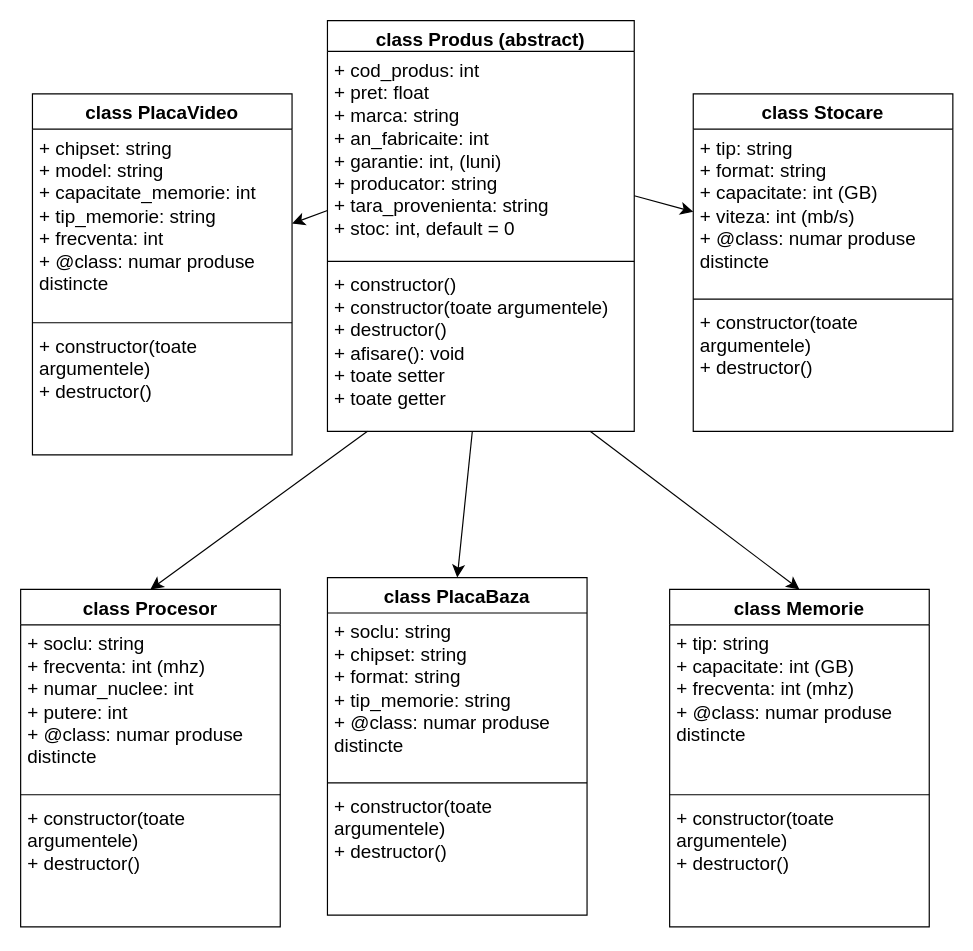
Before: diagrame/clase.drawio in and-eu/Proiect_POO, a draw.io diagram. Source tidied: cells renumbered, new cells numbered last; positions are measured from the earlier drawing's top-left corner, leaving out a move shared by most shapes. Both pictures are drawn from the tidied source at 118%, with x=0, y=0 at pixel (20, 20).
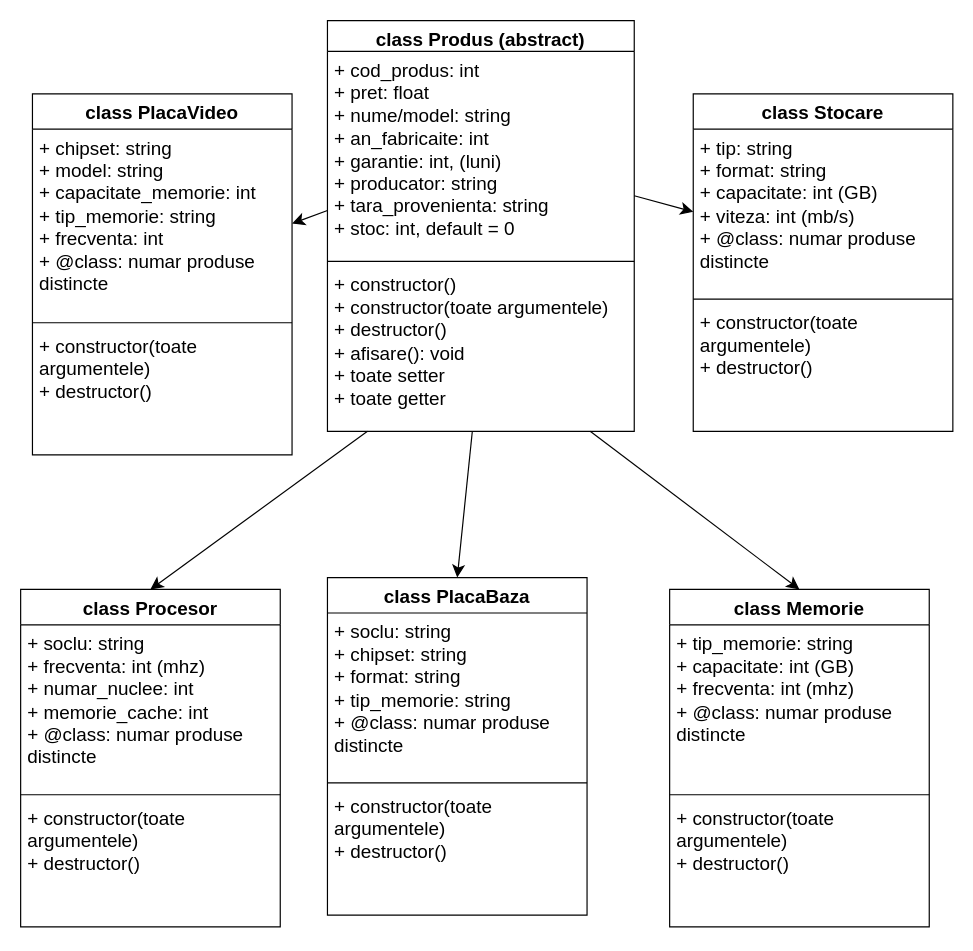
After the change.

Commit message:
modificare UML clase

The change refers to these unchanged cells:
```xml
<mxCell id="2" value="class Produs (abstract)" style="swimlane;fontStyle=1;align=center;verticalAlign=top;horizontal=1;startSize=26;whiteSpace=wrap;html=1;fontSize=16;" parent="1" vertex="1">
  <mxGeometry x="260" width="260" height="348" as="geometry" />
</mxCell>
<mxCell id="6" value="class Procesor" style="swimlane;fontStyle=1;align=center;verticalAlign=top;horizontal=1;startSize=30;whiteSpace=wrap;html=1;fontSize=16;" parent="1" vertex="1">
  <mxGeometry y="482" width="220" height="286" as="geometry" />
</mxCell>
<mxCell id="14" value="class Memorie" style="swimlane;fontStyle=1;align=center;verticalAlign=top;horizontal=1;startSize=30;whiteSpace=wrap;html=1;fontSize=16;" parent="1" vertex="1">
  <mxGeometry x="550" y="482" width="220" height="286" as="geometry" />
</mxCell>
```

What changed in the source:
```diff
@@
-    <mxCell id="3" value="+ cod_produs: int&lt;br&gt;+&amp;nbsp;pret: float&lt;br&gt;+ marca: string&lt;br&gt;+&amp;nbsp;an_fabricaite: int&lt;br&gt;+ garantie: int, (luni)&lt;br&gt;+ producator: string&lt;br&gt;+ tara_provenienta: string&lt;br&gt;+ stoc: int, default = 0" style="text;strokeColor=none;fillColor=none;align=left;verticalAlign=top;spacingLeft=4;spacingRight=4;overflow=hidden;points=[[0,0.5],[1,0.5]];portConstraint=eastwest;whiteSpace=wrap;html=1;fontSize=16;" parent="2" vertex="1">
+    <mxCell id="3" value="+ cod_produs: int&lt;br&gt;+&amp;nbsp;pret: float&lt;br&gt;+ nume/model: string&lt;br&gt;+&amp;nbsp;an_fabricaite: int&lt;br&gt;+ garantie: int, (luni)&lt;br&gt;+ producator: string&lt;br&gt;+ tara_provenienta: string&lt;br&gt;+ stoc: int, default = 0" style="text;strokeColor=none;fillColor=none;align=left;verticalAlign=top;spacingLeft=4;spacingRight=4;overflow=hidden;points=[[0,0.5],[1,0.5]];portConstraint=eastwest;whiteSpace=wrap;html=1;fontSize=16;" parent="2" vertex="1">
       <mxGeometry y="26" width="260" height="174" as="geometry" />
     </mxCell>
@@
-    <mxCell id="7" value="+ soclu: string&lt;br&gt;+ frecventa: int (mhz)&lt;br&gt;+ numar_nuclee: int&lt;br&gt;+ putere: int&lt;br&gt;+ @class: numar produse distincte" style="text;strokeColor=none;fillColor=none;align=left;verticalAlign=top;spacingLeft=4;spacingRight=4;overflow=hidden;whiteSpace=wrap;html=1;fontSize=16;" parent="6" vertex="1">
+    <mxCell id="7" value="+ soclu: string&lt;br&gt;+ frecventa: int (mhz)&lt;br&gt;+ numar_nuclee: int&lt;br&gt;+ memorie_cache: int&lt;br&gt;+ @class: numar produse distincte" style="text;strokeColor=none;fillColor=none;align=left;verticalAlign=top;spacingLeft=4;spacingRight=4;overflow=hidden;whiteSpace=wrap;html=1;fontSize=16;" parent="6" vertex="1">
       <mxGeometry y="30" width="220" height="140" as="geometry" />
     </mxCell>
@@
-    <mxCell id="15" value="+ tip: string&lt;br&gt;+ capacitate: int (GB)&lt;br&gt;+ frecventa: int (mhz)&lt;br&gt;+ @class: numar produse distincte" style="text;strokeColor=none;fillColor=none;align=left;verticalAlign=top;spacingLeft=4;spacingRight=4;overflow=hidden;whiteSpace=wrap;html=1;fontSize=16;" parent="14" vertex="1">
+    <mxCell id="15" value="+ tip_memorie: string&lt;br&gt;+ capacitate: int (GB)&lt;br&gt;+ frecventa: int (mhz)&lt;br&gt;+ @class: numar produse distincte" style="text;strokeColor=none;fillColor=none;align=left;verticalAlign=top;spacingLeft=4;spacingRight=4;overflow=hidden;whiteSpace=wrap;html=1;fontSize=16;" parent="14" vertex="1">
       <mxGeometry y="30" width="220" height="140" as="geometry" />
     </mxCell>
```
